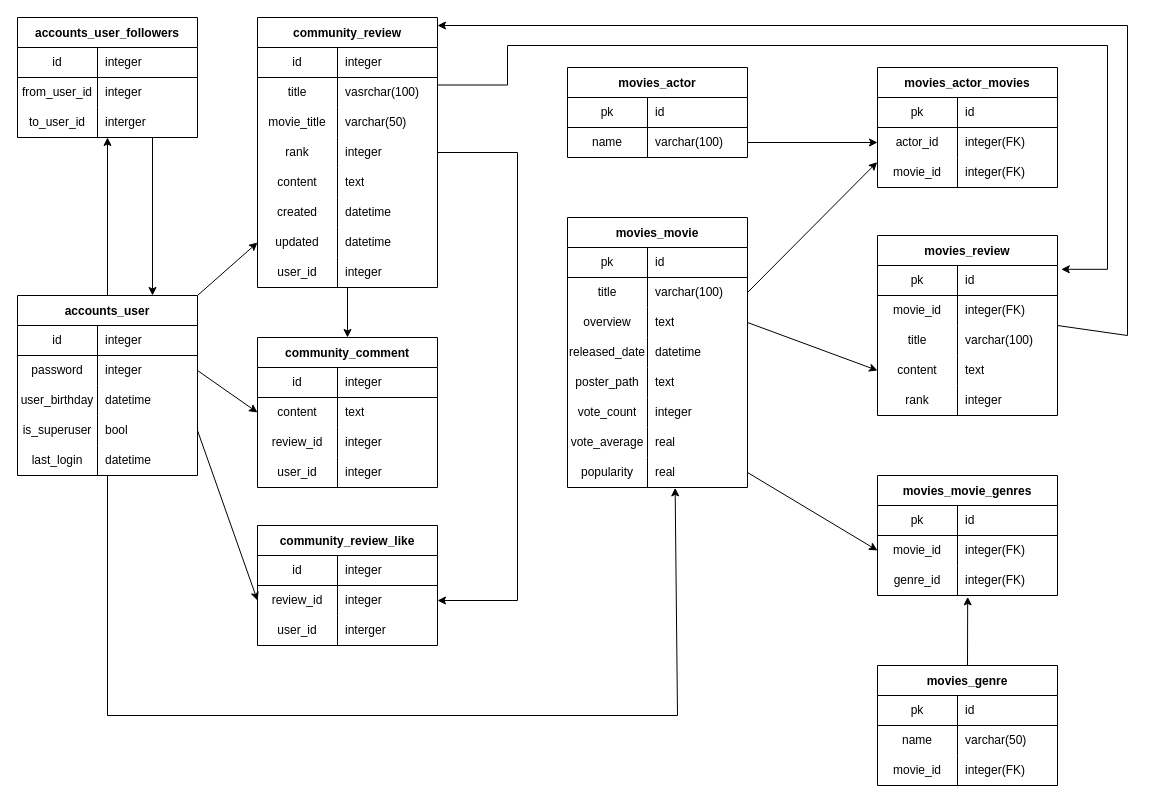
The draw.io diagram pjt-final/test.drawio in pjyc17/MCDJ, before the edit. Source tidied: cells renumbered, new cells numbered last; positions are measured from the earlier drawing's top-left corner, leaving out a move shared by most shapes. Both pictures are drawn from the tidied source at 100%, with x=0, y=0 at pixel (17, 17).
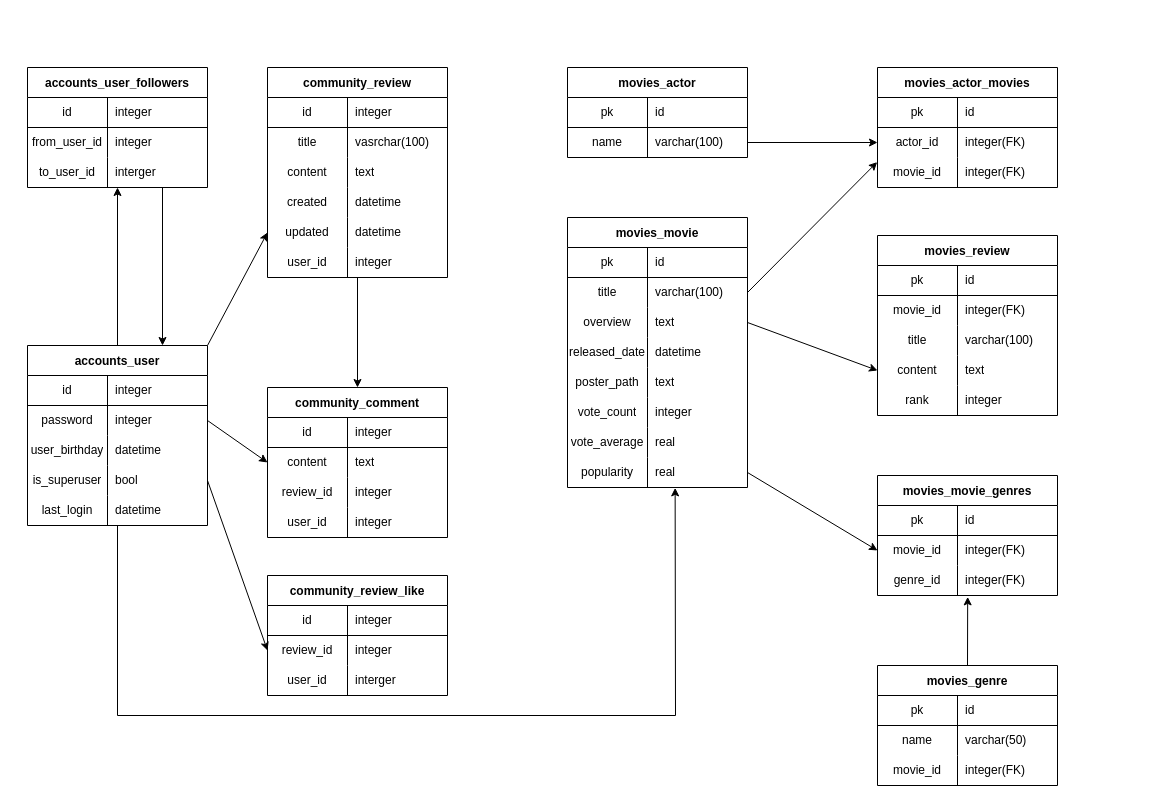
The same page after the edit.

Unchanged cells that the change refers to:
```xml
<mxCell id="76" style="shape=partialRectangle;html=1;whiteSpace=wrap;fillColor=none;top=0;left=0;bottom=0;right=0;points=[[0,0.5],[1,0.5]];portConstraint=eastwest;" parent="72" vertex="1">
  <mxGeometry y="60" width="180" height="30" as="geometry" />
</mxCell>
<mxCell id="104" style="shape=partialRectangle;html=1;whiteSpace=wrap;fillColor=none;top=0;left=0;bottom=0;right=0;points=[[0,0.5],[1,0.5]];portConstraint=eastwest;" parent="82" vertex="1">
  <mxGeometry y="240" width="180" height="30" as="geometry" />
</mxCell>
<mxCell id="146" value="movies_review" style="shape=table;startSize=30;childLayout=tableLayout;rowLines=0;fontStyle=1;align=center;" parent="1" vertex="1">
  <mxGeometry x="860" y="218" width="180" height="180" as="geometry" />
</mxCell>
<mxCell id="147" style="shape=partialRectangle;html=1;whiteSpace=wrap;fillColor=none;top=0;left=0;bottom=1;right=0;points=[[0,0.5],[1,0.5]];portConstraint=eastwest;" parent="146" vertex="1">
  <mxGeometry y="30" width="180" height="30" as="geometry" />
</mxCell>
```

Change to the diagram source:
```diff
@@
     <mxCell id="4" style="edgeStyle=none;rounded=0;jettySize=auto;html=1;exitX=0.5;exitY=1;exitDx=0;exitDy=0;entryX=0.598;entryY=1.013;entryDx=0;entryDy=0;entryPerimeter=0;" parent="1" edge="1" source="5" target="104">
       <mxGeometry relative="1" as="geometry">
         <Array as="points">
-          <mxPoint x="90" y="698" />
-          <mxPoint x="660" y="698" />
+          <mxPoint x="100" y="698" />
+          <mxPoint x="658" y="698" />
         </Array>
       </mxGeometry>
     </mxCell>
     <mxCell id="5" value="accounts_user" style="shape=table;startSize=30;childLayout=tableLayout;rowLines=0;fontStyle=1;align=center;" parent="1" vertex="1">
-      <mxGeometry y="278" width="180" height="180" as="geometry" />
+      <mxGeometry x="10" y="328" width="180" height="180" as="geometry" />
     </mxCell>
@@
     <mxCell id="22" value="accounts_user_followers" style="shape=table;startSize=30;childLayout=tableLayout;rowLines=0;fontStyle=1;align=center;" parent="1" vertex="1">
-      <mxGeometry width="180" height="120" as="geometry" />
+      <mxGeometry x="10" y="50" width="180" height="120" as="geometry" />
     </mxCell>
@@
-    <mxCell id="33" style="edgeStyle=orthogonalEdgeStyle;rounded=0;jettySize=auto;html=1;exitX=1;exitY=0.25;exitDx=0;exitDy=0;entryX=1.021;entryY=0.127;entryDx=0;entryDy=0;entryPerimeter=0;" parent="1" edge="1" source="34" target="147">
-      <mxGeometry relative="1" as="geometry">
-        <Array as="points">
-          <mxPoint x="490" y="67" />
-          <mxPoint x="490" y="28" />
-          <mxPoint x="1090" y="28" />
-          <mxPoint x="1090" y="252" />
-        </Array>
-      </mxGeometry>
-    </mxCell>
     <mxCell id="34" value="community_review" style="shape=table;startSize=30;childLayout=tableLayout;rowLines=0;fontStyle=1;align=center;" parent="1" vertex="1">
-      <mxGeometry x="240" width="180" height="270" as="geometry" />
+      <mxGeometry x="250" y="50" width="180" height="210" as="geometry" />
     </mxCell>
@@
-    <mxCell id="41" style="shape=partialRectangle;html=1;whiteSpace=wrap;fillColor=none;top=0;left=0;bottom=0;right=0;" parent="34" vertex="1">
-      <mxGeometry y="90" width="180" height="30" as="geometry" />
-    </mxCell>
-    <mxCell id="42" value="movie_title" style="shape=partialRectangle;html=1;whiteSpace=wrap;fillColor=none;top=0;left=0;bottom=0;right=0;overflow=hidden;" parent="41" vertex="1">
-      <mxGeometry width="80" height="30" as="geometry" />
-    </mxCell>
-    <mxCell id="43" value="varchar(50)" style="shape=partialRectangle;html=1;whiteSpace=wrap;fillColor=none;top=0;left=0;bottom=0;right=0;align=left;spacingLeft=6;overflow=hidden;" parent="41" vertex="1">
-      <mxGeometry x="80" width="100" height="30" as="geometry" />
-    </mxCell>
-    <mxCell id="44" style="shape=partialRectangle;html=1;whiteSpace=wrap;fillColor=none;top=0;left=0;bottom=0;right=0;points=[[0,0.5],[1,0.5]];portConstraint=eastwest;" parent="34" vertex="1">
-      <mxGeometry y="120" width="180" height="30" as="geometry" />
-    </mxCell>
-    <mxCell id="45" value="rank" style="shape=partialRectangle;html=1;whiteSpace=wrap;fillColor=none;top=0;left=0;bottom=0;right=0;overflow=hidden;" parent="44" vertex="1">
-      <mxGeometry width="80" height="30" as="geometry" />
-    </mxCell>
-    <mxCell id="46" value="integer" style="shape=partialRectangle;html=1;whiteSpace=wrap;fillColor=none;top=0;left=0;bottom=0;right=0;align=left;spacingLeft=6;overflow=hidden;" parent="44" vertex="1">
-      <mxGeometry x="80" width="100" height="30" as="geometry" />
-    </mxCell>
     <mxCell id="47" style="shape=partialRectangle;html=1;whiteSpace=wrap;fillColor=none;top=0;left=0;bottom=0;right=0;" parent="34" vertex="1">
-      <mxGeometry y="150" width="180" height="30" as="geometry" />
+      <mxGeometry y="90" width="180" height="30" as="geometry" />
     </mxCell>
@@
     <mxCell id="50" style="shape=partialRectangle;html=1;whiteSpace=wrap;fillColor=none;top=0;left=0;bottom=0;right=0;" parent="34" vertex="1">
-      <mxGeometry y="180" width="180" height="30" as="geometry" />
+      <mxGeometry y="120" width="180" height="30" as="geometry" />
     </mxCell>
@@
     <mxCell id="53" style="shape=partialRectangle;html=1;whiteSpace=wrap;fillColor=none;top=0;left=0;bottom=0;right=0;points=[[0,0.5],[1,0.5]];portConstraint=eastwest;" parent="34" vertex="1">
-      <mxGeometry y="210" width="180" height="30" as="geometry" />
+      <mxGeometry y="150" width="180" height="30" as="geometry" />
     </mxCell>
@@
     <mxCell id="56" style="shape=partialRectangle;html=1;whiteSpace=wrap;fillColor=none;top=0;left=0;bottom=0;right=0;" parent="34" vertex="1">
-      <mxGeometry y="240" width="180" height="30" as="geometry" />
+      <mxGeometry y="180" width="180" height="30" as="geometry" />
     </mxCell>
@@
     <mxCell id="59" value="community_comment" style="shape=table;startSize=30;childLayout=tableLayout;rowLines=0;fontStyle=1;align=center;" parent="1" vertex="1">
-      <mxGeometry x="240" y="320" width="180" height="150" as="geometry" />
+      <mxGeometry x="250" y="370" width="180" height="150" as="geometry" />
     </mxCell>
@@
     <mxCell id="72" value="community_review_like" style="shape=table;startSize=30;childLayout=tableLayout;rowLines=0;fontStyle=1;align=center;" parent="1" vertex="1">
-      <mxGeometry x="240" y="508" width="180" height="120" as="geometry" />
+      <mxGeometry x="250" y="558" width="180" height="120" as="geometry" />
     </mxCell>
@@
-    <mxCell id="145" style="edgeStyle=none;rounded=0;jettySize=auto;html=1;exitX=1;exitY=0.5;exitDx=0;exitDy=0;" parent="1" edge="1" source="146">
-      <mxGeometry relative="1" as="geometry">
-        <mxPoint x="420" y="8" as="targetPoint" />
-        <Array as="points">
-          <mxPoint x="1110" y="318" />
-          <mxPoint x="1110" y="8" />
-        </Array>
-      </mxGeometry>
-    </mxCell>
@@
-    <mxCell id="164" style="edgeStyle=none;rounded=0;jettySize=auto;html=1;exitX=1;exitY=0.5;exitDx=0;exitDy=0;entryX=1;entryY=0.5;entryDx=0;entryDy=0;" parent="1" edge="1" source="44" target="76">
+    <mxCell id="164" style="edgeStyle=none;rounded=0;jettySize=auto;html=1;exitX=1;exitY=0.5;exitDx=0;exitDy=0;entryX=1;entryY=0.5;entryDx=0;entryDy=0;" parent="1" edge="1" target="76">
       <mxGeometry relative="1" as="geometry">
         <Array as="points">
-          <mxPoint x="500" y="135" />
-          <mxPoint x="500" y="583" />
+          <mxPoint x="510" y="185" />
+          <mxPoint x="510" y="633" />
         </Array>
       </mxGeometry>
     </mxCell>
```
